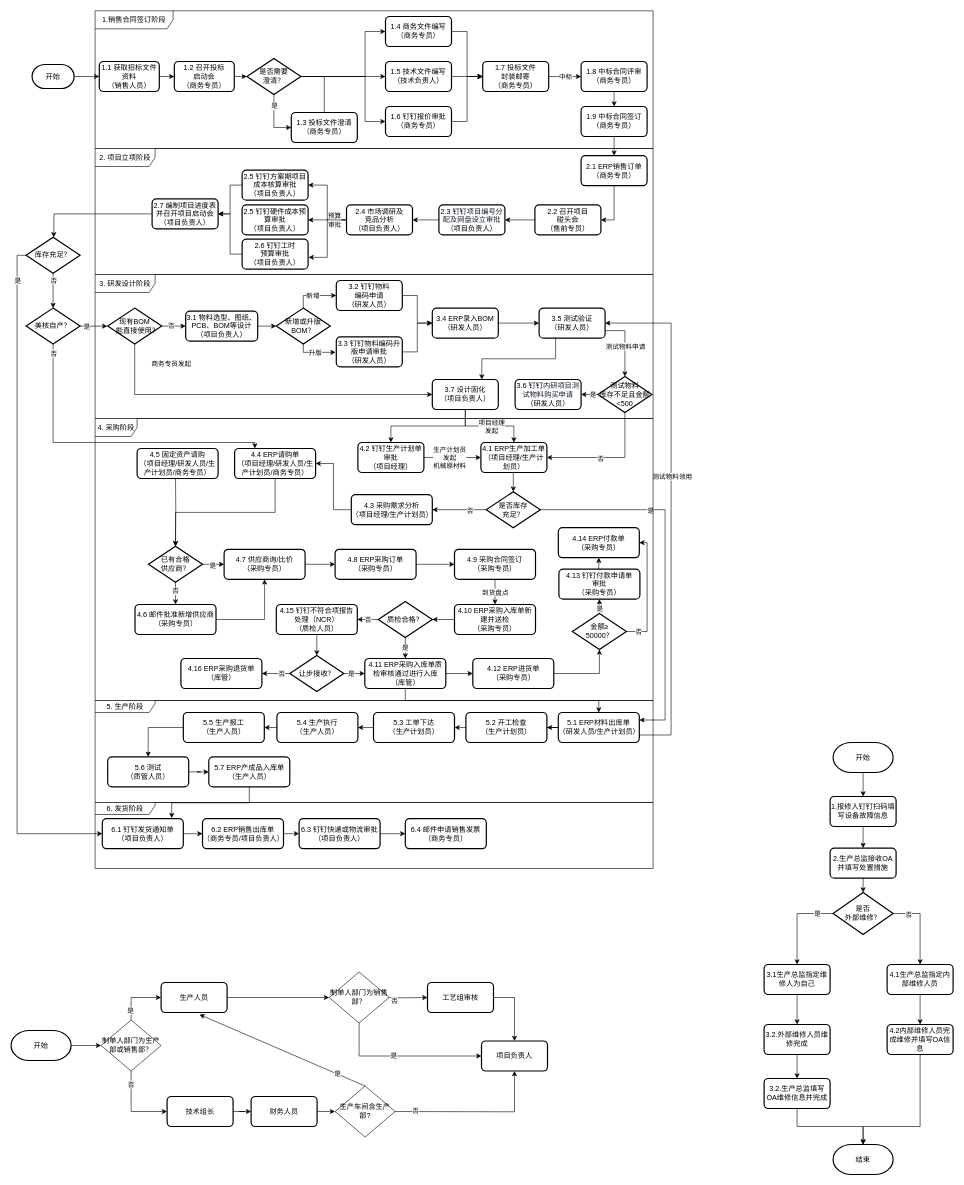
eltweiyao/app-diagrams keeps this draw.io diagram as 美核电气项目生产采购流程图.drawio. Above is the earlier version. Source tidied: cells renumbered, new cells numbered last; positions are measured from the earlier drawing's top-left corner, leaving out a move shared by most shapes. Both pictures are drawn from the tidied source at 60%, with x=0, y=0 at pixel (11, 10).
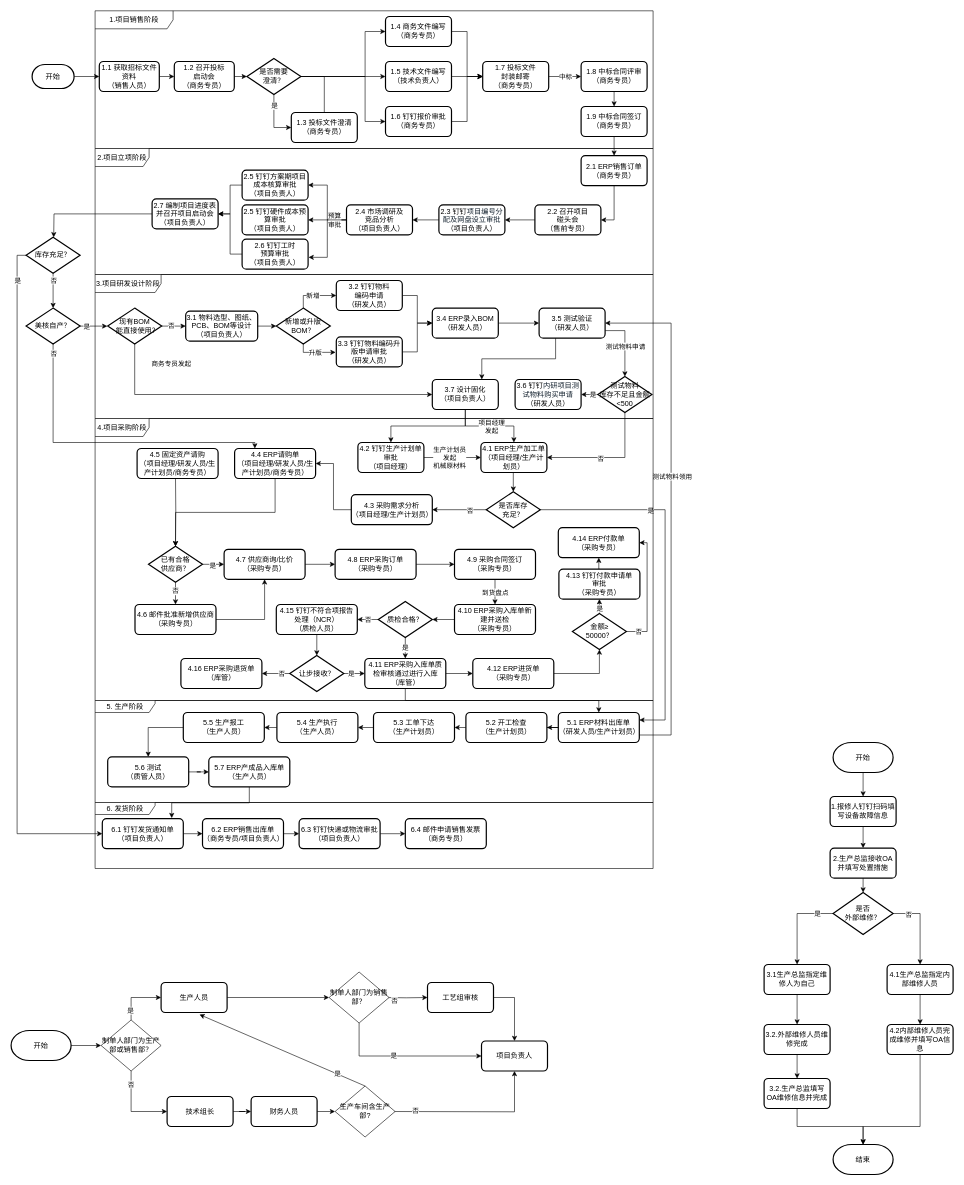
The same diagram, later.

Commit message:
更新美核电气项目生产采购流程图.drawio

What changed in the source:
```diff
@@
-    <mxCell id="40" value="1.销售合同签订阶段" style="shape=umlFrame;whiteSpace=wrap;html=1;width=130;height=30;" parent="1" vertex="1">
+    <mxCell id="40" value="1.项目销售阶段" style="shape=umlFrame;whiteSpace=wrap;html=1;width=130;height=30;" parent="1" vertex="1">
       <mxGeometry x="140" y="0.5" width="930" height="229.5" as="geometry" />
     </mxCell>
@@
-    <mxCell id="72" value="2. 项目立项阶段" style="shape=umlFrame;whiteSpace=wrap;html=1;width=100;height=30;fillColor=#FFFFFF;" parent="1" vertex="1">
+    <mxCell id="72" value="2.项目立项阶段" style="shape=umlFrame;whiteSpace=wrap;html=1;width=90;height=30;fillColor=#FFFFFF;" parent="1" vertex="1">
       <mxGeometry x="140" y="230" width="930" height="210" as="geometry" />
     </mxCell>
-    <mxCell id="73" value="3. 研发设计阶段" style="shape=umlFrame;whiteSpace=wrap;html=1;width=100;height=30;" parent="1" vertex="1">
+    <mxCell id="73" value="3.项目研发设计阶段" style="shape=umlFrame;whiteSpace=wrap;html=1;width=110;height=30;" parent="1" vertex="1">
       <mxGeometry x="140" y="440" width="930" height="240" as="geometry" />
     </mxCell>
@@
-    <mxCell id="103" value="4. 采购阶段" style="shape=umlFrame;whiteSpace=wrap;html=1;width=70;height=30;" parent="1" vertex="1">
+    <mxCell id="103" value="4.项目采购阶段" style="shape=umlFrame;whiteSpace=wrap;html=1;width=90;height=30;" parent="1" vertex="1">
       <mxGeometry x="140" y="680" width="930" height="470" as="geometry" />
     </mxCell>
```
